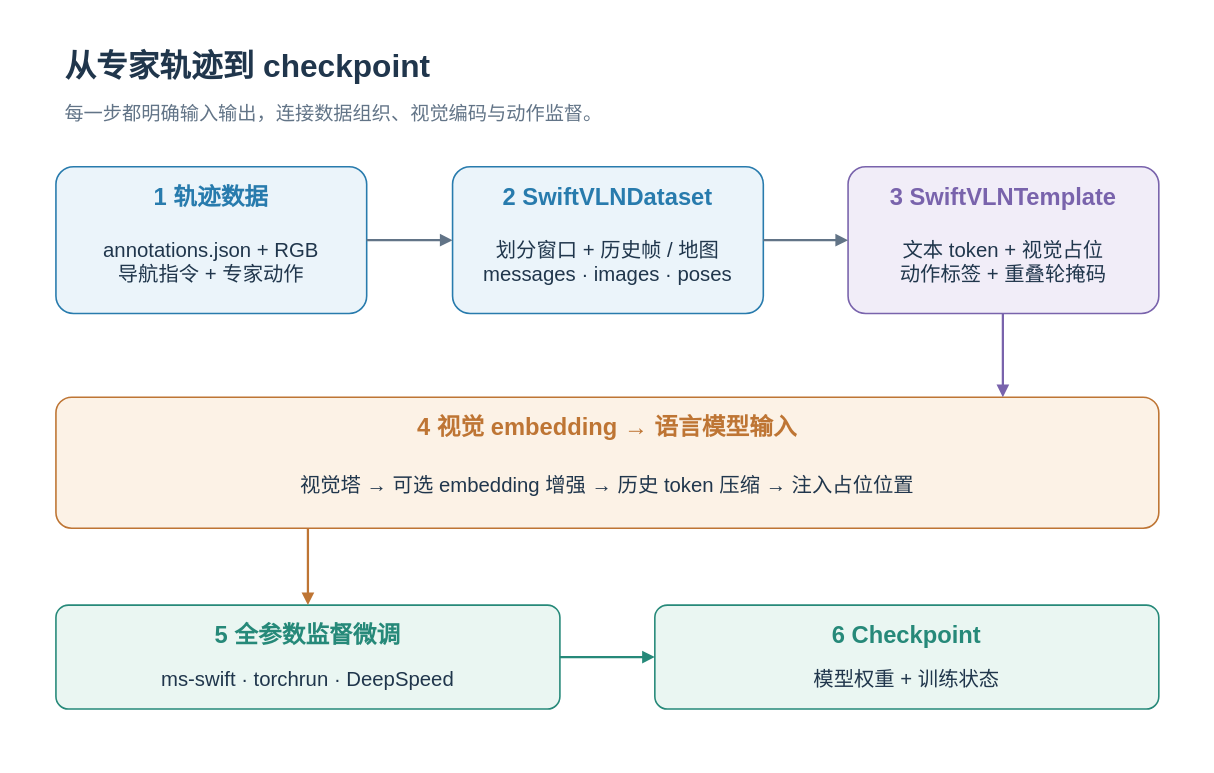
Before: docs/assets/workflows/training-flow.zh-CN.drawio in Eku127/SwiftVLN, a draw.io diagram. Source tidied: cells renumbered, new cells numbered last; positions are measured from the earlier drawing's top-left corner, leaving out a move shared by most shapes. Both pictures are drawn from the tidied source at 113%, with x=0, y=0 at pixel (19, 19).
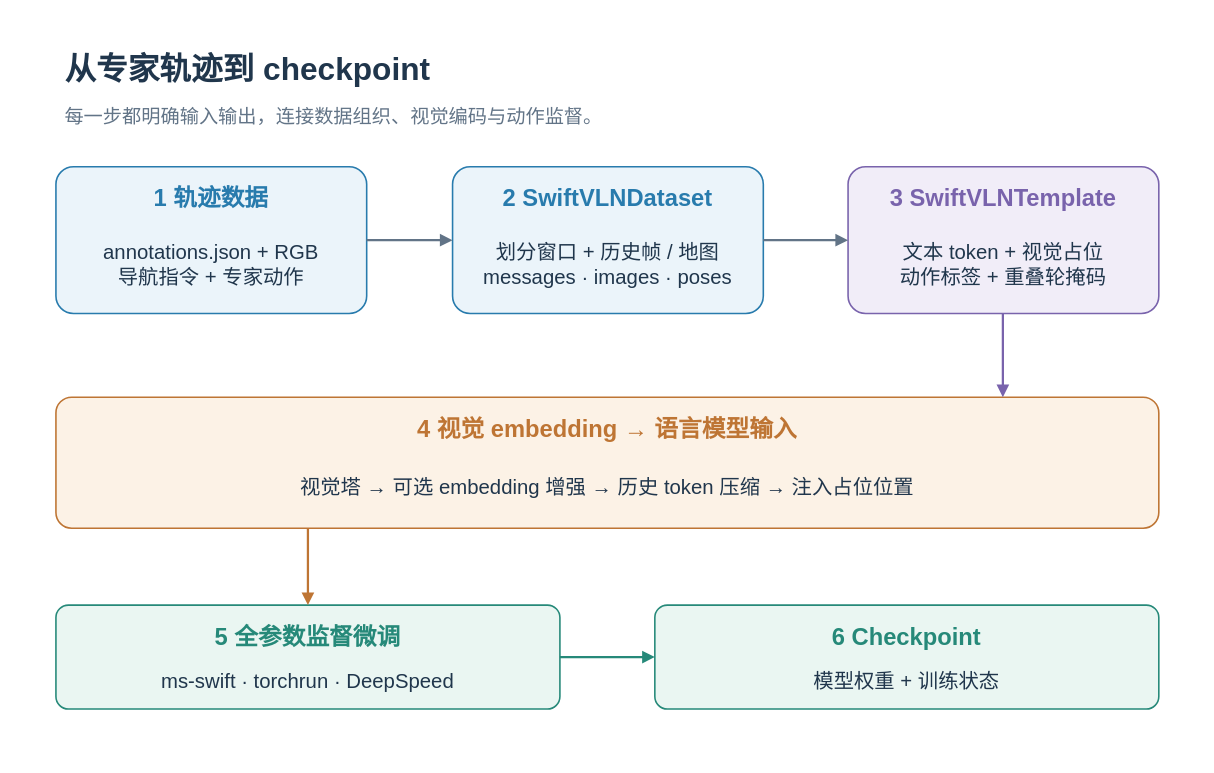
The same page after the edit.

What changed in the source:
```diff
@@
-    <mxCell id="2" style="rounded=0;arcSize=12;whiteSpace=wrap;html=0;fillColor=#FFFFFF;strokeColor=none;strokeWidth=1.4;fontColor=#20364C;fontFamily=Arial;fontSize=19;fontStyle=0;align=center;verticalAlign=middle;spacing=8;" parent="1" vertex="1">
+    <mxCell id="2" style="rounded=0;arcSize=12;whiteSpace=nowrap;html=0;fillColor=#FFFFFF;strokeColor=none;strokeWidth=1.4;fontColor=#20364C;fontFamily=Arial;fontSize=19;fontStyle=0;align=center;verticalAlign=middle;spacing=8;" parent="1" vertex="1">
       <mxGeometry width="1040" height="650" as="geometry" />
     </mxCell>
-    <mxCell id="3" value="从专家轨迹到 checkpoint" style="rounded=0;arcSize=12;whiteSpace=wrap;html=0;fillColor=none;strokeColor=none;strokeWidth=1.4;fontColor=#20364C;fontFamily=Arial;fontSize=28;fontStyle=1;align=left;verticalAlign=middle;spacing=8;" parent="1" vertex="1">
+    <mxCell id="3" value="从专家轨迹到 checkpoint" style="rounded=0;arcSize=12;whiteSpace=nowrap;html=0;fillColor=none;strokeColor=none;strokeWidth=1.4;fontColor=#20364C;fontFamily=Arial;fontSize=28;fontStyle=1;align=left;verticalAlign=middle;spacing=8;" parent="1" vertex="1">
       <mxGeometry x="32" y="22" width="970" height="38" as="geometry" />
     </mxCell>
-    <mxCell id="4" value="每一步都明确输入输出，连接数据组织、视觉编码与动作监督。" style="rounded=0;arcSize=12;whiteSpace=wrap;html=0;fillColor=none;strokeColor=none;strokeWidth=1.4;fontColor=#627487;fontFamily=Arial;fontSize=17;fontStyle=0;align=left;verticalAlign=middle;spacing=8;" parent="1" vertex="1">
+    <mxCell id="4" value="每一步都明确输入输出，连接数据组织、视觉编码与动作监督。" style="rounded=0;arcSize=12;whiteSpace=nowrap;html=0;fillColor=none;strokeColor=none;strokeWidth=1.4;fontColor=#627487;fontFamily=Arial;fontSize=17;fontStyle=0;align=left;verticalAlign=middle;spacing=8;" parent="1" vertex="1">
       <mxGeometry x="32" y="67" width="970" height="34" as="geometry" />
     </mxCell>
-    <mxCell id="5" style="rounded=1;arcSize=12;whiteSpace=wrap;html=0;fillColor=#EBF4FA;strokeColor=#287BAD;strokeWidth=1.4;fontColor=#20364C;fontFamily=Arial;fontSize=19;fontStyle=0;align=center;verticalAlign=middle;spacing=8;" parent="1" vertex="1">
+    <mxCell id="5" style="rounded=1;arcSize=12;whiteSpace=nowrap;html=0;fillColor=#EBF4FA;strokeColor=#287BAD;strokeWidth=1.4;fontColor=#20364C;fontFamily=Arial;fontSize=19;fontStyle=0;align=center;verticalAlign=middle;spacing=8;" parent="1" vertex="1">
       <mxGeometry x="32" y="130" width="275" height="130" as="geometry" />
     </mxCell>
-    <mxCell id="6" value="1  轨迹数据" style="rounded=0;arcSize=12;whiteSpace=wrap;html=0;fillColor=none;strokeColor=none;strokeWidth=1.4;fontColor=#287BAD;fontFamily=Arial;fontSize=21;fontStyle=1;align=center;verticalAlign=middle;spacing=8;" parent="1" vertex="1">
+    <mxCell id="6" value="1  轨迹数据" style="rounded=0;arcSize=12;whiteSpace=nowrap;html=0;fillColor=none;strokeColor=none;strokeWidth=1.4;fontColor=#287BAD;fontFamily=Arial;fontSize=21;fontStyle=1;align=center;verticalAlign=middle;spacing=8;" parent="1" vertex="1">
       <mxGeometry x="42" y="140" width="255" height="32" as="geometry" />
     </mxCell>
-    <mxCell id="7" value="annotations.json + RGB&#10;导航指令 + 专家动作" style="rounded=0;arcSize=12;whiteSpace=wrap;html=0;fillColor=none;strokeColor=none;strokeWidth=1.4;fontColor=#20364C;fontFamily=Arial;fontSize=18;fontStyle=0;align=center;verticalAlign=middle;spacing=8;" parent="1" vertex="1">
+    <mxCell id="7" value="annotations.json + RGB&#10;导航指令 + 专家动作" style="rounded=0;arcSize=12;whiteSpace=nowrap;html=0;fillColor=none;strokeColor=none;strokeWidth=1.4;fontColor=#20364C;fontFamily=Arial;fontSize=18;fontStyle=0;align=center;verticalAlign=middle;spacing=8;" parent="1" vertex="1">
       <mxGeometry x="42" y="176" width="255" height="78" as="geometry" />
     </mxCell>
-    <mxCell id="8" style="rounded=1;arcSize=12;whiteSpace=wrap;html=0;fillColor=#EBF4FA;strokeColor=#287BAD;strokeWidth=1.4;fontColor=#20364C;fontFamily=Arial;fontSize=19;fontStyle=0;align=center;verticalAlign=middle;spacing=8;" parent="1" vertex="1">
+    <mxCell id="8" style="rounded=1;arcSize=12;whiteSpace=nowrap;html=0;fillColor=#EBF4FA;strokeColor=#287BAD;strokeWidth=1.4;fontColor=#20364C;fontFamily=Arial;fontSize=19;fontStyle=0;align=center;verticalAlign=middle;spacing=8;" parent="1" vertex="1">
       <mxGeometry x="383" y="130" width="275" height="130" as="geometry" />
     </mxCell>
-    <mxCell id="9" value="2  SwiftVLNDataset" style="rounded=0;arcSize=12;whiteSpace=wrap;html=0;fillColor=none;strokeColor=none;strokeWidth=1.4;fontColor=#287BAD;fontFamily=Arial;fontSize=21;fontStyle=1;align=center;verticalAlign=middle;spacing=8;" parent="1" vertex="1">
+    <mxCell id="9" value="2  SwiftVLNDataset" style="rounded=0;arcSize=12;whiteSpace=nowrap;html=0;fillColor=none;strokeColor=none;strokeWidth=1.4;fontColor=#287BAD;fontFamily=Arial;fontSize=21;fontStyle=1;align=center;verticalAlign=middle;spacing=8;" parent="1" vertex="1">
       <mxGeometry x="393" y="140" width="255" height="32" as="geometry" />
     </mxCell>
-    <mxCell id="10" value="划分窗口 + 历史帧 / 地图&#10;messages · images · poses" style="rounded=0;arcSize=12;whiteSpace=wrap;html=0;fillColor=none;strokeColor=none;strokeWidth=1.4;fontColor=#20364C;fontFamily=Arial;fontSize=18;fontStyle=0;align=center;verticalAlign=middle;spacing=8;" parent="1" vertex="1">
+    <mxCell id="10" value="划分窗口 + 历史帧 / 地图&#10;messages · images · poses" style="rounded=0;arcSize=12;whiteSpace=nowrap;html=0;fillColor=none;strokeColor=none;strokeWidth=1.4;fontColor=#20364C;fontFamily=Arial;fontSize=18;fontStyle=0;align=center;verticalAlign=middle;spacing=8;" parent="1" vertex="1">
       <mxGeometry x="393" y="176" width="255" height="78" as="geometry" />
     </mxCell>
-    <mxCell id="11" style="rounded=1;arcSize=12;whiteSpace=wrap;html=0;fillColor=#F1EDF8;strokeColor=#7963AC;strokeWidth=1.4;fontColor=#20364C;fontFamily=Arial;fontSize=19;fontStyle=0;align=center;verticalAlign=middle;spacing=8;" parent="1" vertex="1">
+    <mxCell id="11" style="rounded=1;arcSize=12;whiteSpace=nowrap;html=0;fillColor=#F1EDF8;strokeColor=#7963AC;strokeWidth=1.4;fontColor=#20364C;fontFamily=Arial;fontSize=19;fontStyle=0;align=center;verticalAlign=middle;spacing=8;" parent="1" vertex="1">
       <mxGeometry x="733" y="130" width="275" height="130" as="geometry" />
     </mxCell>
-    <mxCell id="12" value="3  SwiftVLNTemplate" style="rounded=0;arcSize=12;whiteSpace=wrap;html=0;fillColor=none;strokeColor=none;strokeWidth=1.4;fontColor=#7963AC;fontFamily=Arial;fontSize=21;fontStyle=1;align=center;verticalAlign=middle;spacing=8;" parent="1" vertex="1">
+    <mxCell id="12" value="3  SwiftVLNTemplate" style="rounded=0;arcSize=12;whiteSpace=nowrap;html=0;fillColor=none;strokeColor=none;strokeWidth=1.4;fontColor=#7963AC;fontFamily=Arial;fontSize=21;fontStyle=1;align=center;verticalAlign=middle;spacing=8;" parent="1" vertex="1">
       <mxGeometry x="743" y="140" width="255" height="32" as="geometry" />
     </mxCell>
-    <mxCell id="13" value="文本 token + 视觉占位&#10;动作标签 + 重叠轮掩码" style="rounded=0;arcSize=12;whiteSpace=wrap;html=0;fillColor=none;strokeColor=none;strokeWidth=1.4;fontColor=#20364C;fontFamily=Arial;fontSize=18;fontStyle=0;align=center;verticalAlign=middle;spacing=8;" parent="1" vertex="1">
+    <mxCell id="13" value="文本 token + 视觉占位&#10;动作标签 + 重叠轮掩码" style="rounded=0;arcSize=12;whiteSpace=nowrap;html=0;fillColor=none;strokeColor=none;strokeWidth=1.4;fontColor=#20364C;fontFamily=Arial;fontSize=18;fontStyle=0;align=center;verticalAlign=middle;spacing=8;" parent="1" vertex="1">
       <mxGeometry x="743" y="176" width="255" height="78" as="geometry" />
     </mxCell>
@@
-    <mxCell id="16" style="rounded=1;arcSize=12;whiteSpace=wrap;html=0;fillColor=#FCF2E6;strokeColor=#BE7534;strokeWidth=1.4;fontColor=#20364C;fontFamily=Arial;fontSize=19;fontStyle=0;align=center;verticalAlign=middle;spacing=8;" parent="1" vertex="1">
+    <mxCell id="16" style="rounded=1;arcSize=12;whiteSpace=nowrap;html=0;fillColor=#FCF2E6;strokeColor=#BE7534;strokeWidth=1.4;fontColor=#20364C;fontFamily=Arial;fontSize=19;fontStyle=0;align=center;verticalAlign=middle;spacing=8;" parent="1" vertex="1">
       <mxGeometry x="32" y="334" width="976" height="116" as="geometry" />
     </mxCell>
-    <mxCell id="17" value="4  视觉 embedding → 语言模型输入" style="rounded=0;arcSize=12;whiteSpace=wrap;html=0;fillColor=none;strokeColor=none;strokeWidth=1.4;fontColor=#BE7534;fontFamily=Arial;fontSize=21;fontStyle=1;align=center;verticalAlign=middle;spacing=8;" parent="1" vertex="1">
+    <mxCell id="17" value="4  视觉 embedding → 语言模型输入" style="rounded=0;arcSize=12;whiteSpace=nowrap;html=0;fillColor=none;strokeColor=none;strokeWidth=1.4;fontColor=#BE7534;fontFamily=Arial;fontSize=21;fontStyle=1;align=center;verticalAlign=middle;spacing=8;" parent="1" vertex="1">
       <mxGeometry x="42" y="344" width="956" height="32" as="geometry" />
     </mxCell>
-    <mxCell id="18" value="视觉塔 → 可选 embedding 增强 → 历史 token 压缩 → 注入占位位置" style="rounded=0;arcSize=12;whiteSpace=wrap;html=0;fillColor=none;strokeColor=none;strokeWidth=1.4;fontColor=#20364C;fontFamily=Arial;fontSize=18;fontStyle=0;align=center;verticalAlign=middle;spacing=8;" parent="1" vertex="1">
+    <mxCell id="18" value="视觉塔 → 可选 embedding 增强 → 历史 token 压缩 → 注入占位位置" style="rounded=0;arcSize=12;whiteSpace=nowrap;html=0;fillColor=none;strokeColor=none;strokeWidth=1.4;fontColor=#20364C;fontFamily=Arial;fontSize=18;fontStyle=0;align=center;verticalAlign=middle;spacing=8;" parent="1" vertex="1">
       <mxGeometry x="42" y="380" width="956" height="64" as="geometry" />
     </mxCell>
@@
-    <mxCell id="20" style="rounded=1;arcSize=12;whiteSpace=wrap;html=0;fillColor=#EAF6F2;strokeColor=#268979;strokeWidth=1.4;fontColor=#20364C;fontFamily=Arial;fontSize=19;fontStyle=0;align=center;verticalAlign=middle;spacing=8;" parent="1" vertex="1">
+    <mxCell id="20" style="rounded=1;arcSize=12;whiteSpace=nowrap;html=0;fillColor=#EAF6F2;strokeColor=#268979;strokeWidth=1.4;fontColor=#20364C;fontFamily=Arial;fontSize=19;fontStyle=0;align=center;verticalAlign=middle;spacing=8;" parent="1" vertex="1">
       <mxGeometry x="32" y="518" width="446" height="92" as="geometry" />
     </mxCell>
-    <mxCell id="21" value="5  全参数监督微调" style="rounded=0;arcSize=12;whiteSpace=wrap;html=0;fillColor=none;strokeColor=none;strokeWidth=1.4;fontColor=#268979;fontFamily=Arial;fontSize=21;fontStyle=1;align=center;verticalAlign=middle;spacing=8;" parent="1" vertex="1">
+    <mxCell id="21" value="5  全参数监督微调" style="rounded=0;arcSize=12;whiteSpace=nowrap;html=0;fillColor=none;strokeColor=none;strokeWidth=1.4;fontColor=#268979;fontFamily=Arial;fontSize=21;fontStyle=1;align=center;verticalAlign=middle;spacing=8;" parent="1" vertex="1">
       <mxGeometry x="42" y="528" width="426" height="32" as="geometry" />
     </mxCell>
-    <mxCell id="22" value="ms-swift · torchrun · DeepSpeed" style="rounded=0;arcSize=12;whiteSpace=wrap;html=0;fillColor=none;strokeColor=none;strokeWidth=1.4;fontColor=#20364C;fontFamily=Arial;fontSize=18;fontStyle=0;align=center;verticalAlign=middle;spacing=8;" parent="1" vertex="1">
+    <mxCell id="22" value="ms-swift · torchrun · DeepSpeed" style="rounded=0;arcSize=12;whiteSpace=nowrap;html=0;fillColor=none;strokeColor=none;strokeWidth=1.4;fontColor=#20364C;fontFamily=Arial;fontSize=18;fontStyle=0;align=center;verticalAlign=middle;spacing=8;" parent="1" vertex="1">
       <mxGeometry x="42" y="564" width="426" height="40" as="geometry" />
     </mxCell>
-    <mxCell id="23" style="rounded=1;arcSize=12;whiteSpace=wrap;html=0;fillColor=#EAF6F2;strokeColor=#268979;strokeWidth=1.4;fontColor=#20364C;fontFamily=Arial;fontSize=19;fontStyle=0;align=center;verticalAlign=middle;spacing=8;" parent="1" vertex="1">
+    <mxCell id="23" style="rounded=1;arcSize=12;whiteSpace=nowrap;html=0;fillColor=#EAF6F2;strokeColor=#268979;strokeWidth=1.4;fontColor=#20364C;fontFamily=Arial;fontSize=19;fontStyle=0;align=center;verticalAlign=middle;spacing=8;" parent="1" vertex="1">
       <mxGeometry x="562" y="518" width="446" height="92" as="geometry" />
     </mxCell>
-    <mxCell id="24" value="6  Checkpoint" style="rounded=0;arcSize=12;whiteSpace=wrap;html=0;fillColor=none;strokeColor=none;strokeWidth=1.4;fontColor=#268979;fontFamily=Arial;fontSize=21;fontStyle=1;align=center;verticalAlign=middle;spacing=8;" parent="1" vertex="1">
+    <mxCell id="24" value="6  Checkpoint" style="rounded=0;arcSize=12;whiteSpace=nowrap;html=0;fillColor=none;strokeColor=none;strokeWidth=1.4;fontColor=#268979;fontFamily=Arial;fontSize=21;fontStyle=1;align=center;verticalAlign=middle;spacing=8;" parent="1" vertex="1">
       <mxGeometry x="572" y="528" width="426" height="32" as="geometry" />
     </mxCell>
-    <mxCell id="25" value="模型权重 + 训练状态" style="rounded=0;arcSize=12;whiteSpace=wrap;html=0;fillColor=none;strokeColor=none;strokeWidth=1.4;fontColor=#20364C;fontFamily=Arial;fontSize=18;fontStyle=0;align=center;verticalAlign=middle;spacing=8;" parent="1" vertex="1">
+    <mxCell id="25" value="模型权重 + 训练状态" style="rounded=0;arcSize=12;whiteSpace=nowrap;html=0;fillColor=none;strokeColor=none;strokeWidth=1.4;fontColor=#20364C;fontFamily=Arial;fontSize=18;fontStyle=0;align=center;verticalAlign=middle;spacing=8;" parent="1" vertex="1">
       <mxGeometry x="572" y="564" width="426" height="40" as="geometry" />
     </mxCell>
```
